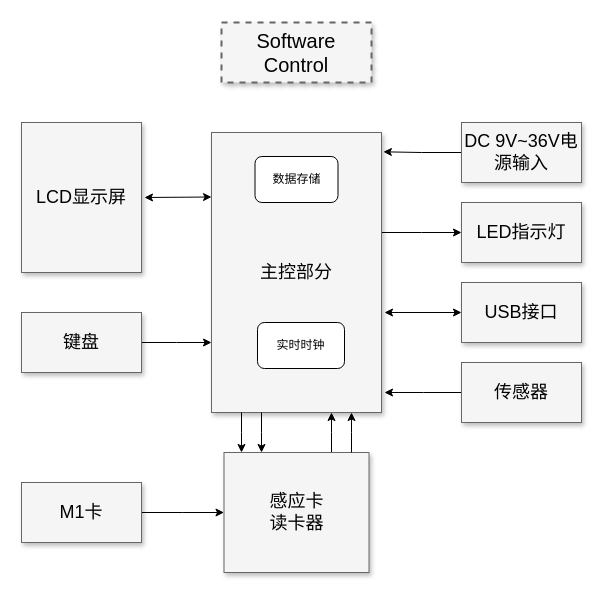
The draw.io diagram page "硬件框图" (1 of 2) of electroic_meter.drawio in kupier/12306-electron, before the edit. Source tidied: cells renumbered, new cells numbered last; positions are measured from the earlier drawing's top-left corner, leaving out a move shared by most shapes. Both pictures are drawn from the tidied source at 100%, with x=0, y=0 at pixel (21, 22).
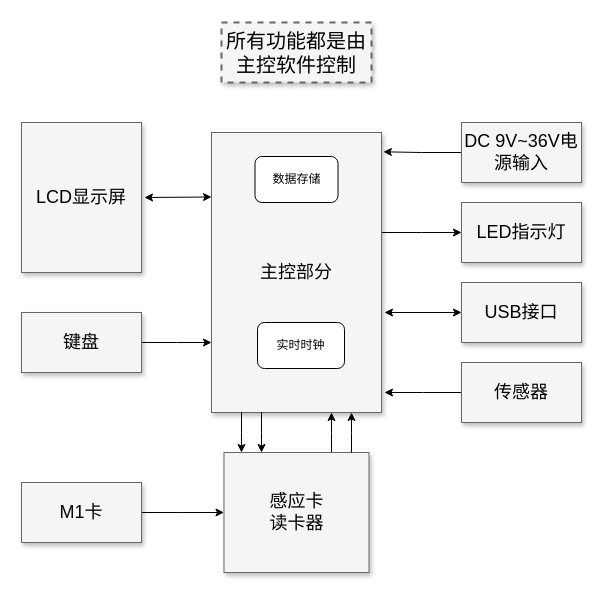
The same page after the edit.

Diff of the diagram source:
```diff
@@
-    <mxCell id="2" value="Software Control" style="whiteSpace=wrap;html=1;shadow=1;fontSize=20;fillColor=#f5f5f5;strokeColor=#666666;strokeWidth=2;dashed=1;" parent="1" vertex="1">
+    <mxCell id="2" value="所有功能都是由主控软件控制" style="whiteSpace=wrap;html=1;shadow=1;fontSize=20;fillColor=#f5f5f5;strokeColor=#666666;strokeWidth=2;dashed=1;" parent="1" vertex="1">
       <mxGeometry x="200" width="150" height="60" as="geometry" />
     </mxCell>
```
